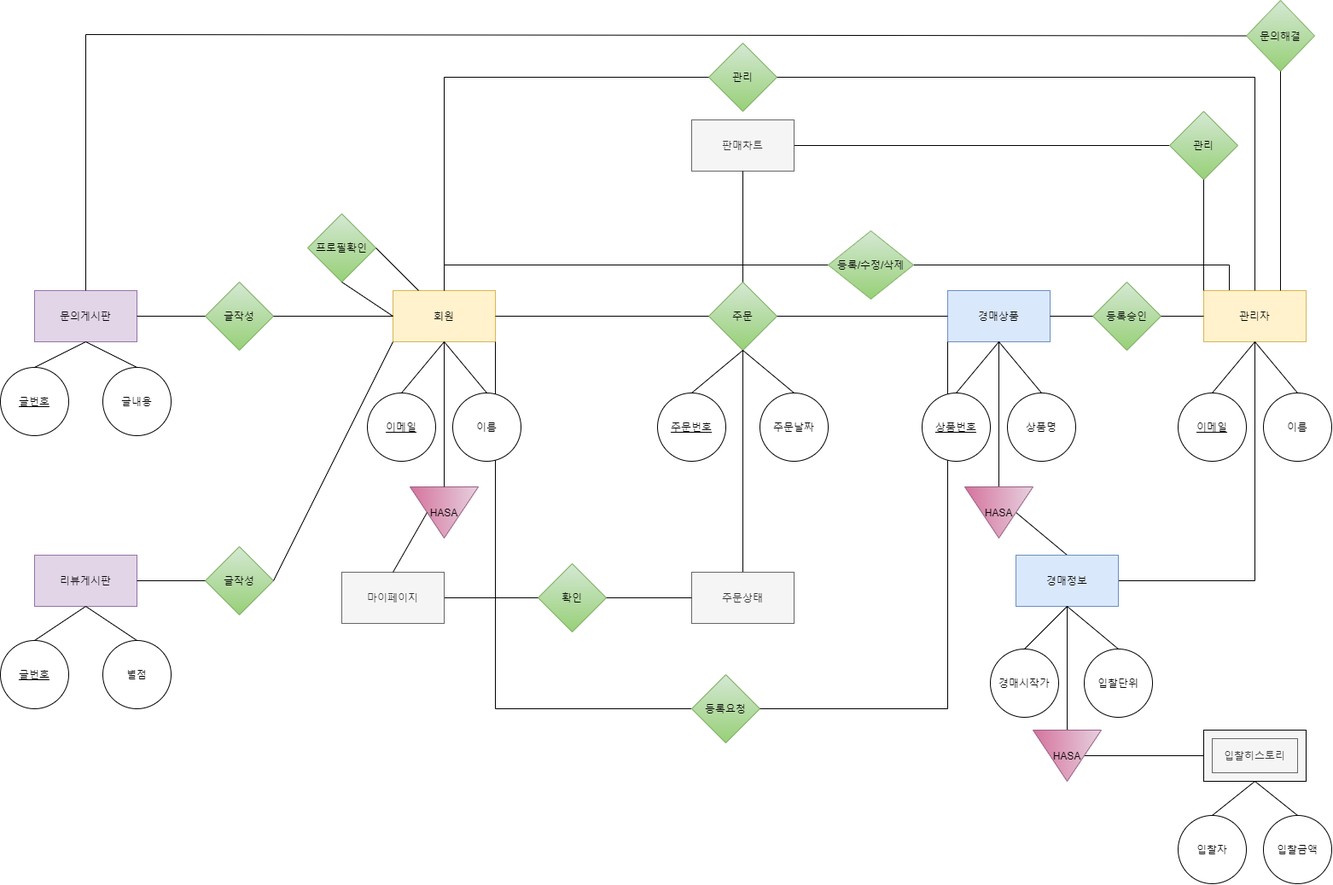
The draw.io diagram ERD_2th_bibi.png in gombibi/proj3_doc, before a commit. Source tidied: cells renumbered, new cells last; positions are measured from the earlier drawing's top-left corner, leaving out a move shared by most shapes.
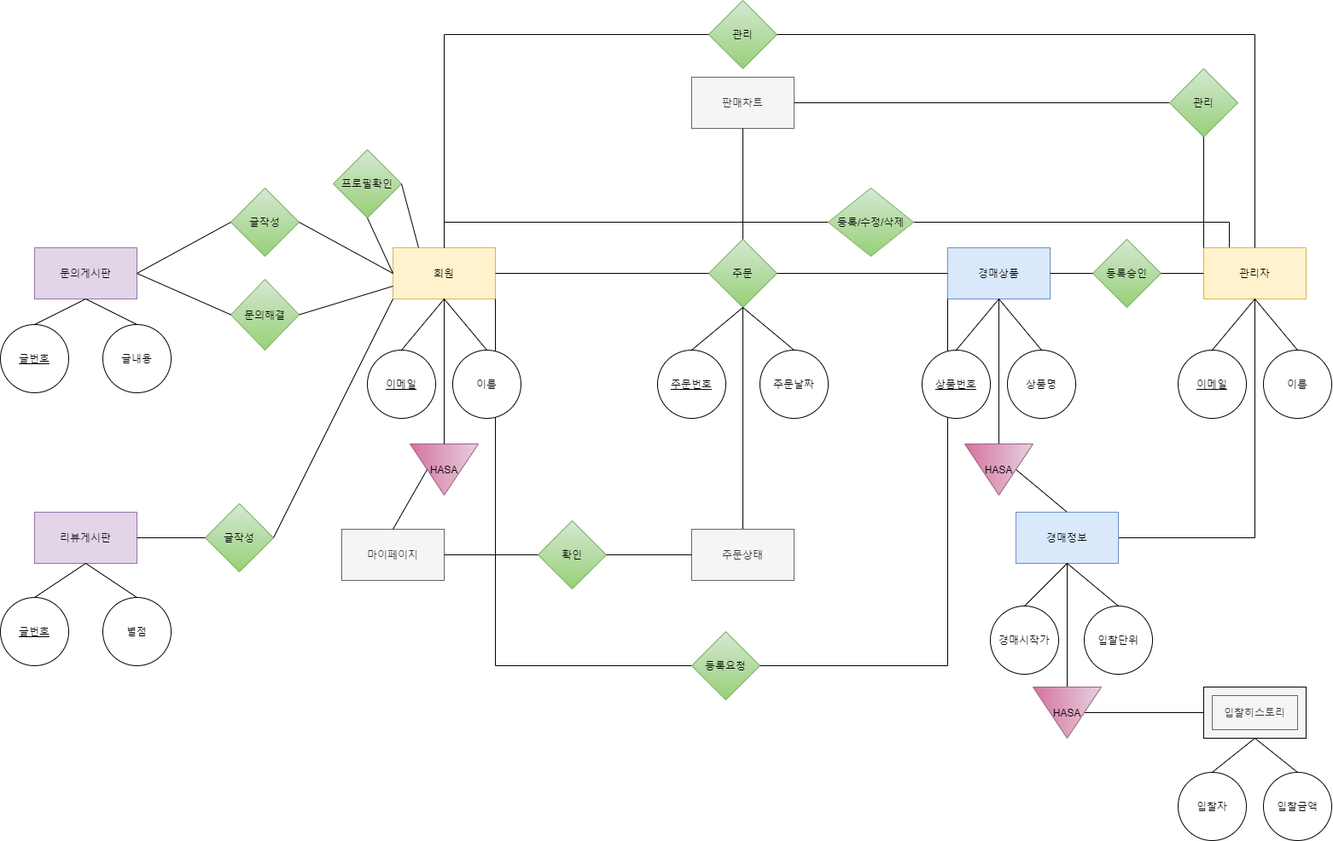
After the commit.

What changed in the source:
```diff
@@ -156,15 +156,13 @@
       <mxGeometry x="40" y="340" width="120" height="60" as="geometry" />
     </mxCell>
     <mxCell id="47" value="글작성" style="rhombus;whiteSpace=wrap;html=1;fillColor=#d5e8d4;strokeColor=#82b366;gradientColor=#97d077;" parent="1" vertex="1">
-      <mxGeometry x="240" y="330" width="80" height="80" as="geometry" />
+      <mxGeometry x="270" y="270" width="80" height="80" as="geometry" />
     </mxCell>
     <mxCell id="48" style="endArrow=none;html=1;rounded=0;entryX=0;entryY=0.5;entryDx=0;entryDy=0;exitX=1;exitY=0.5;exitDx=0;exitDy=0;" parent="1" edge="1" source="47" target="2">
       <mxGeometry relative="1" as="geometry" />
     </mxCell>
-    <mxCell id="49" style="endArrow=none;html=1;rounded=0;exitX=1;exitY=0.5;exitDx=0;exitDy=0;" parent="1" edge="1" source="46">
-      <mxGeometry relative="1" as="geometry">
-        <mxPoint x="240" y="370" as="targetPoint" />
-      </mxGeometry>
+    <mxCell id="49" style="endArrow=none;html=1;rounded=0;exitX=1;exitY=0.5;exitDx=0;exitDy=0;entryX=0;entryY=0.5;entryDx=0;entryDy=0;" parent="1" edge="1" source="46" target="47">
+      <mxGeometry relative="1" as="geometry" />
     </mxCell>
     <mxCell id="50" value="글번호" style="ellipse;whiteSpace=wrap;html=1;fontStyle=4;" parent="1" vertex="1">
       <mxGeometry y="430" width="80" height="80" as="geometry" />
@@ -188,25 +186,12 @@
     <mxCell id="55" value="주문상태" style="rounded=0;whiteSpace=wrap;html=1;fillColor=#f5f5f5;strokeColor=#666666;fontColor=#333333;" parent="1" vertex="1">
       <mxGeometry x="810" y="670" width="120" height="60" as="geometry" />
     </mxCell>
-    <mxCell id="56" style="endArrow=none;html=1;rounded=0;entryX=0.5;entryY=0;entryDx=0;entryDy=0;exitX=0;exitY=0.5;exitDx=0;exitDy=0;startArrow=none;" parent="1" edge="1" source="59" target="46">
-      <mxGeometry relative="1" as="geometry">
-        <Array as="points">
-          <mxPoint x="100" y="40" />
-        </Array>
-      </mxGeometry>
-    </mxCell>
     <mxCell id="57" value="관리" style="rhombus;whiteSpace=wrap;html=1;fillColor=#d5e8d4;strokeColor=#82b366;gradientColor=#97d077;" parent="1" vertex="1">
       <mxGeometry x="1370" y="130" width="80" height="80" as="geometry" />
     </mxCell>
     <mxCell id="58" style="endArrow=none;html=1;rounded=0;entryX=0.5;entryY=1;entryDx=0;entryDy=0;exitX=0;exitY=0;exitDx=0;exitDy=0;" parent="1" edge="1" source="19" target="57">
       <mxGeometry relative="1" as="geometry" />
     </mxCell>
-    <mxCell id="59" value="문의해결" style="rhombus;whiteSpace=wrap;html=1;fillColor=#d5e8d4;strokeColor=#82b366;gradientColor=#97d077;" parent="1" vertex="1">
-      <mxGeometry x="1460" width="80" height="83" as="geometry" />
-    </mxCell>
-    <mxCell id="60" style="endArrow=none;html=1;rounded=0;exitX=0.75;exitY=0;exitDx=0;exitDy=0;entryX=0.5;entryY=1;entryDx=0;entryDy=0;" parent="1" edge="1" source="19" target="59">
-      <mxGeometry relative="1" as="geometry" />
-    </mxCell>
     <mxCell id="61" value="판매차트" style="rounded=0;whiteSpace=wrap;html=1;fillColor=#f5f5f5;fontColor=#333333;strokeColor=#666666;" parent="1" vertex="1">
       <mxGeometry x="810" y="140" width="120" height="60" as="geometry" />
     </mxCell>
@@ -276,7 +261,7 @@
       <mxGeometry x="1080" y="460" width="80" height="80" as="geometry" />
     </mxCell>
     <mxCell id="81" value="프로필확인" style="rhombus;whiteSpace=wrap;html=1;fillColor=#d5e8d4;strokeColor=#82b366;gradientColor=#97d077;" parent="1" vertex="1">
-      <mxGeometry x="360" y="250" width="80" height="80" as="geometry" />
+      <mxGeometry x="390" y="225" width="80" height="80" as="geometry" />
     </mxCell>
     <mxCell id="82" style="endArrow=none;html=1;rounded=0;exitX=0.5;exitY=1;exitDx=0;exitDy=0;entryX=0;entryY=0.5;entryDx=0;entryDy=0;" parent="1" edge="1" source="81" target="2">
       <mxGeometry relative="1" as="geometry" />
@@ -299,5 +284,14 @@
     <mxCell id="88" style="endArrow=none;html=1;rounded=0;entryX=0.5;entryY=0;entryDx=0;entryDy=0;exitX=0.5;exitY=1;exitDx=0;exitDy=0;" parent="1" edge="1" source="85" target="84">
       <mxGeometry relative="1" as="geometry" />
     </mxCell>
+    <mxCell id="59" value="문의해결" style="rhombus;whiteSpace=wrap;html=1;fillColor=#d5e8d4;strokeColor=#82b366;gradientColor=#97d077;" parent="1" vertex="1">
+      <mxGeometry x="270" y="377" width="80" height="83" as="geometry" />
+    </mxCell>
+    <mxCell id="89" style="endArrow=none;html=1;rounded=0;entryX=0;entryY=0.5;entryDx=0;entryDy=0;exitX=1;exitY=0.5;exitDx=0;exitDy=0;" parent="1" edge="1" source="46" target="59">
+      <mxGeometry relative="1" as="geometry" />
+    </mxCell>
+    <mxCell id="90" style="endArrow=none;html=1;rounded=0;exitX=1;exitY=0.5;exitDx=0;exitDy=0;entryX=0;entryY=0.75;entryDx=0;entryDy=0;" parent="1" edge="1" source="59" target="2">
+      <mxGeometry relative="1" as="geometry" />
+    </mxCell>
   </root>
 </mxGraphModel>
```
